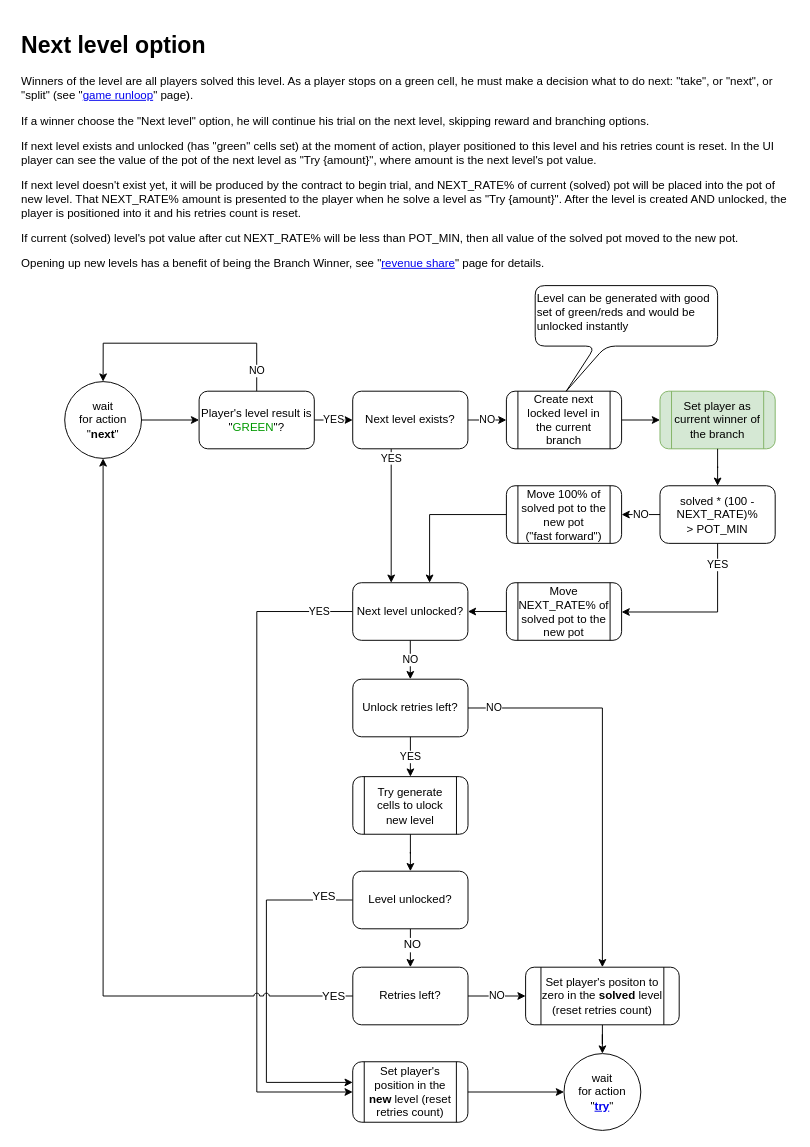
Above: page "next" (8 of 14) of ia/WOFFLER IA.drawio in cptn-solo/woffler_contract (draw.io), before the change. Source tidied: cells renumbered, new cells numbered last; positions are measured from the earlier drawing's top-left corner, leaving out a move shared by most shapes. Both pictures are drawn from the tidied source at 96%, with x=0, y=0 at pixel (16, 26).
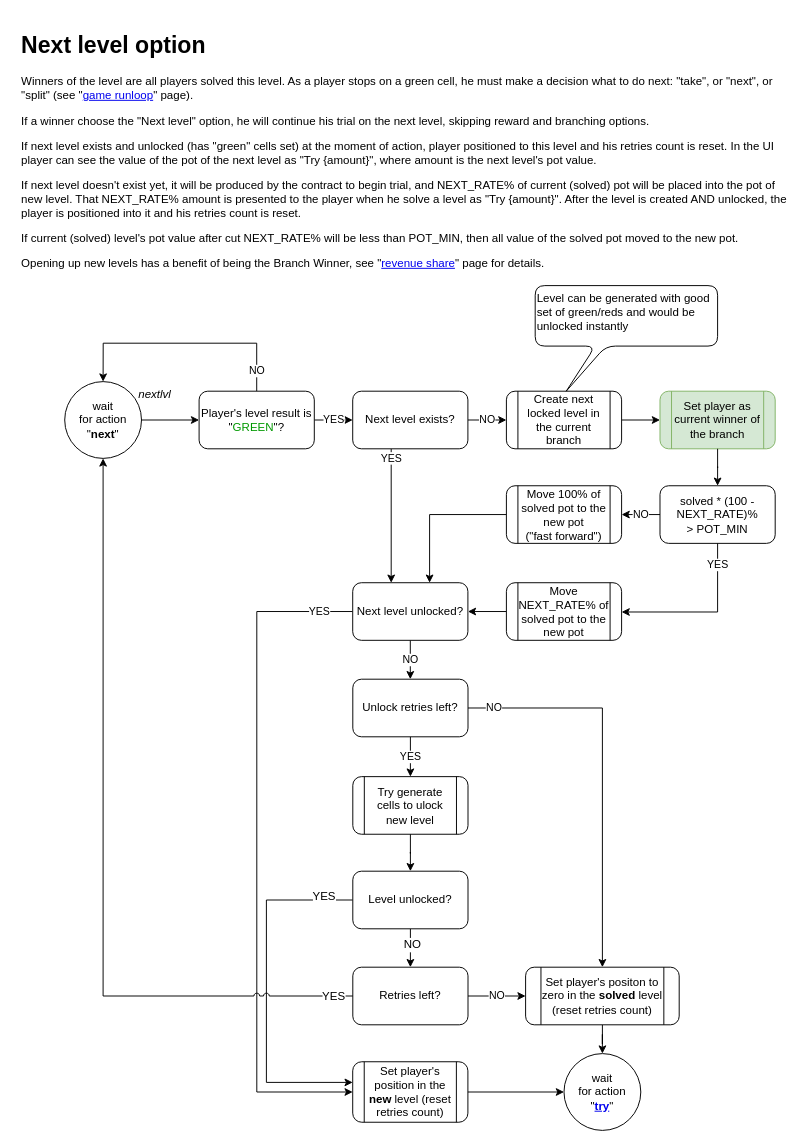
Above is the later version.

What changed in the source:
```diff
@@
+    <mxCell id="47" value="&lt;i&gt;nextlvl&lt;br&gt;&lt;/i&gt;" style="text;html=1;align=left;verticalAlign=top;spacingTop=-4;" parent="1" vertex="1">
+      <mxGeometry x="125" y="374" width="50" height="20" as="geometry" />
+    </mxCell>
```
